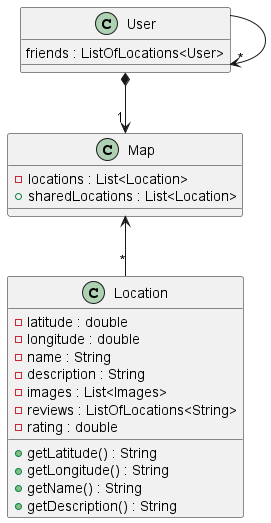
Before: images/Domain model.png, a diagram exported from PlantUML (Arquisoft/lomap_en2a).
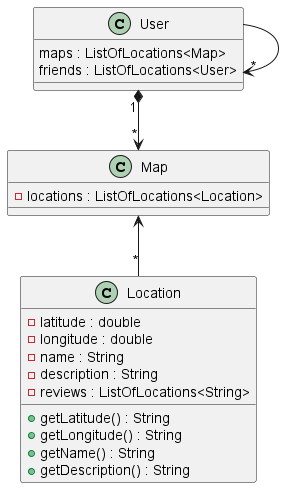
After the commit.

Change to the diagram source:
```diff
@@ -1,16 +1,13 @@
 @startuml
 class Map
-    Map : - locations : List<Location>
-    Map : + sharedLocations : List<Location>
+    Map : - locations : ListOfLocations<Location>
 
 class Location
     Location : - latitude : double
     Location : - longitude : double
     Location : - name : String
     Location : - description : String
-    Location : - images : List<Images>
     Location : - reviews : ListOfLocations<String>
-    Location : - rating : double
 
     Location : + getLatitude() : String
     Location : + getLongitude() : String
@@ -18,10 +15,11 @@
     Location : + getDescription() : String
 
 class User
+    User : maps : ListOfLocations<Map>
     User : friends : ListOfLocations<User>
 
 
 Map <-- "*" Location
-User *--> "1" Map
+User "1" *--> "*" Map
 User --> "*" User
 @enduml
```
